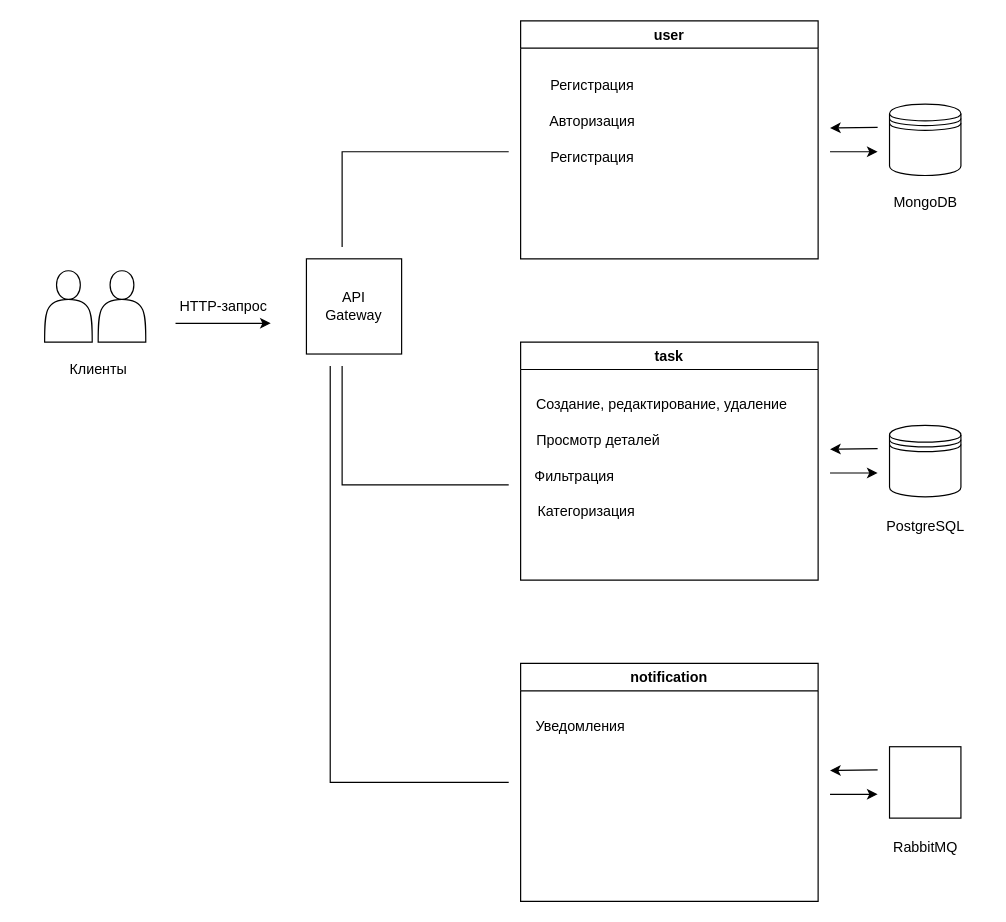
Above: specification.drawio in htmlacademy-nestjs/2101165-taskforce-4 (draw.io), before the change. Source tidied: cells renumbered, new cells numbered last; positions are measured from the earlier drawing's top-left corner, leaving out a move shared by most shapes. Both pictures are drawn from the tidied source at 119%, with x=0, y=0 at pixel (44, 20).
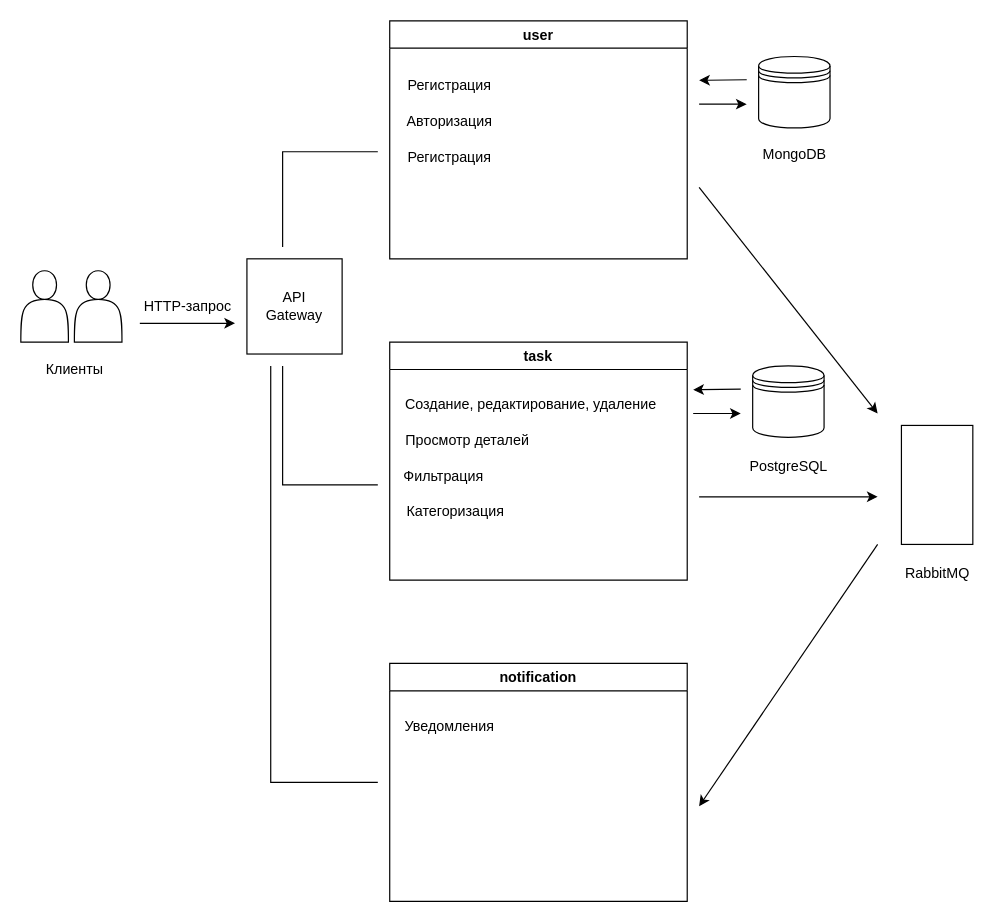
The same diagram, later.

Diff of the diagram source:
```diff
@@
     <mxCell id="2" style="shape=actor;whiteSpace=wrap;html=1;" parent="1" vertex="1">
-      <mxGeometry y="210" width="40" height="60" as="geometry" />
+      <mxGeometry x="-20" y="210" width="40" height="60" as="geometry" />
     </mxCell>
     <mxCell id="3" value="Клиенты" style="text;html=1;align=center;verticalAlign=middle;strokeColor=none;fillColor=none;" parent="1" vertex="1">
-      <mxGeometry x="10" y="278" width="70" height="30" as="geometry" />
+      <mxGeometry x="-10" y="278" width="70" height="30" as="geometry" />
     </mxCell>
     <mxCell id="4" style="shape=actor;whiteSpace=wrap;html=1;" parent="1" vertex="1">
-      <mxGeometry x="45" y="210" width="40" height="60" as="geometry" />
+      <mxGeometry x="25" y="210" width="40" height="60" as="geometry" />
     </mxCell>
     <mxCell id="5" style="endArrow=classic;html=1;rounded=0;" parent="1" edge="1">
       <mxGeometry relative="1" as="geometry">
-        <mxPoint x="110" y="254.2" as="sourcePoint" />
-        <mxPoint x="190" y="254.2" as="targetPoint" />
+        <mxPoint x="80" y="254.2" as="sourcePoint" />
+        <mxPoint x="160" y="254.2" as="targetPoint" />
       </mxGeometry>
     </mxCell>
     <mxCell id="6" value="HTTP-запрос" style="text;html=1;align=center;verticalAlign=middle;strokeColor=none;fillColor=none;" parent="1" vertex="1">
-      <mxGeometry x="100" y="224.8" width="100" height="30" as="geometry" />
+      <mxGeometry x="70" y="224.8" width="100" height="30" as="geometry" />
     </mxCell>
     <mxCell id="7" value="API &lt;br&gt;Gateway" style="whiteSpace=wrap;html=1;" parent="1" vertex="1">
-      <mxGeometry x="220" y="200" width="80" height="80" as="geometry" />
+      <mxGeometry x="170" y="200" width="80" height="80" as="geometry" />
     </mxCell>
     <mxCell id="8" value="user" style="swimlane;" parent="1" vertex="1">
-      <mxGeometry x="400" width="250" height="200" as="geometry" />
+      <mxGeometry x="290" width="250" height="200" as="geometry" />
     </mxCell>
     <mxCell id="9" value="Регистрация" style="text;html=1;align=center;verticalAlign=middle;strokeColor=none;fillColor=none;" parent="8" vertex="1">
-      <mxGeometry x="10" y="40" width="100" height="30" as="geometry" />
+      <mxGeometry y="40" width="100" height="30" as="geometry" />
     </mxCell>
     <mxCell id="10" value="Авторизация" style="text;html=1;align=center;verticalAlign=middle;strokeColor=none;fillColor=none;" parent="8" vertex="1">
-      <mxGeometry x="10" y="70" width="100" height="30" as="geometry" />
+      <mxGeometry y="70" width="100" height="30" as="geometry" />
     </mxCell>
     <mxCell id="11" value="Регистрация" style="text;html=1;align=center;verticalAlign=middle;strokeColor=none;fillColor=none;" parent="8" vertex="1">
-      <mxGeometry x="10" y="100" width="100" height="30" as="geometry" />
+      <mxGeometry y="100" width="100" height="30" as="geometry" />
     </mxCell>
     <mxCell id="12" value="task" style="swimlane;" parent="1" vertex="1">
-      <mxGeometry x="400" y="270" width="250" height="200" as="geometry" />
+      <mxGeometry x="290" y="270" width="250" height="200" as="geometry" />
     </mxCell>
@@
     <mxCell id="17" style="shape=datastore;whiteSpace=wrap;html=1;" parent="1" vertex="1">
-      <mxGeometry x="710" y="70" width="60" height="60" as="geometry" />
+      <mxGeometry x="600" y="30" width="60" height="60" as="geometry" />
     </mxCell>
     <mxCell id="18" style="endArrow=classic;html=1;rounded=0;" parent="1" edge="1">
       <mxGeometry relative="1" as="geometry">
-        <mxPoint x="700" y="89.5" as="sourcePoint" />
-        <mxPoint x="660" y="90" as="targetPoint" />
+        <mxPoint x="590" y="49.5" as="sourcePoint" />
+        <mxPoint x="550" y="50" as="targetPoint" />
       </mxGeometry>
     </mxCell>
     <mxCell id="19" style="endArrow=classic;html=1;rounded=0;" parent="1" edge="1">
       <mxGeometry relative="1" as="geometry">
-        <mxPoint x="660" y="110" as="sourcePoint" />
-        <mxPoint x="700" y="110" as="targetPoint" />
+        <mxPoint x="550" y="70" as="sourcePoint" />
+        <mxPoint x="590" y="70" as="targetPoint" />
       </mxGeometry>
     </mxCell>
     <mxCell id="20" value="MongoDB" style="text;html=1;align=center;verticalAlign=middle;strokeColor=none;fillColor=none;" parent="1" vertex="1">
-      <mxGeometry x="700" y="138" width="80" height="30" as="geometry" />
+      <mxGeometry x="590" y="98" width="80" height="30" as="geometry" />
     </mxCell>
     <mxCell id="21" style="shape=datastore;whiteSpace=wrap;html=1;" parent="1" vertex="1">
-      <mxGeometry x="710" y="340" width="60" height="60" as="geometry" />
+      <mxGeometry x="595" y="290" width="60" height="60" as="geometry" />
     </mxCell>
     <mxCell id="22" style="endArrow=classic;html=1;rounded=0;" parent="1" edge="1">
       <mxGeometry relative="1" as="geometry">
-        <mxPoint x="700" y="359.5" as="sourcePoint" />
-        <mxPoint x="660" y="360" as="targetPoint" />
+        <mxPoint x="585" y="309.5" as="sourcePoint" />
+        <mxPoint x="545" y="310" as="targetPoint" />
       </mxGeometry>
     </mxCell>
     <mxCell id="23" style="endArrow=classic;html=1;rounded=0;" parent="1" edge="1">
       <mxGeometry relative="1" as="geometry">
-        <mxPoint x="660" y="380" as="sourcePoint" />
-        <mxPoint x="700" y="380" as="targetPoint" />
+        <mxPoint x="545" y="330" as="sourcePoint" />
+        <mxPoint x="585" y="330" as="targetPoint" />
       </mxGeometry>
     </mxCell>
     <mxCell id="24" value="PostgreSQL" style="text;html=1;align=center;verticalAlign=middle;strokeColor=none;fillColor=none;" parent="1" vertex="1">
-      <mxGeometry x="695" y="410" width="90" height="30" as="geometry" />
+      <mxGeometry x="580" y="360" width="90" height="30" as="geometry" />
     </mxCell>
     <mxCell id="25" value="notification" style="swimlane;" parent="1" vertex="1">
-      <mxGeometry x="400" y="540" width="250" height="200" as="geometry" />
+      <mxGeometry x="290" y="540" width="250" height="200" as="geometry" />
     </mxCell>
@@
     <mxCell id="27" style="endArrow=none;html=1;rounded=0;" parent="1" edge="1">
       <mxGeometry relative="1" as="geometry">
-        <mxPoint x="250" y="190" as="sourcePoint" />
-        <mxPoint x="390" y="110" as="targetPoint" />
+        <mxPoint x="200" y="190" as="sourcePoint" />
+        <mxPoint x="280" y="110" as="targetPoint" />
         <Array as="points">
-          <mxPoint x="250" y="110" />
+          <mxPoint x="200" y="110" />
         </Array>
       </mxGeometry>
     </mxCell>
     <mxCell id="28" style="endArrow=none;html=1;rounded=0;" parent="1" edge="1">
       <mxGeometry relative="1" as="geometry">
-        <mxPoint x="250" y="290" as="sourcePoint" />
-        <mxPoint x="390" y="390" as="targetPoint" />
+        <mxPoint x="200" y="290" as="sourcePoint" />
+        <mxPoint x="280" y="390" as="targetPoint" />
         <Array as="points">
-          <mxPoint x="250" y="390" />
+          <mxPoint x="200" y="390" />
         </Array>
       </mxGeometry>
     </mxCell>
     <mxCell id="29" style="endArrow=none;html=1;rounded=0;" parent="1" edge="1">
       <mxGeometry relative="1" as="geometry">
-        <mxPoint x="240" y="290" as="sourcePoint" />
-        <mxPoint x="390" y="640" as="targetPoint" />
+        <mxPoint x="190" y="290" as="sourcePoint" />
+        <mxPoint x="280" y="640" as="targetPoint" />
         <Array as="points">
-          <mxPoint x="240" y="640" />
+          <mxPoint x="190" y="640" />
         </Array>
       </mxGeometry>
     </mxCell>
     <mxCell id="30" style="endArrow=classic;html=1;rounded=0;" parent="1" edge="1">
       <mxGeometry relative="1" as="geometry">
-        <mxPoint x="700" y="629.5" as="sourcePoint" />
-        <mxPoint x="660" y="630" as="targetPoint" />
+        <mxPoint x="700" y="440" as="sourcePoint" />
+        <mxPoint x="550" y="660" as="targetPoint" />
       </mxGeometry>
     </mxCell>
-    <mxCell id="31" style="endArrow=classic;html=1;rounded=0;" parent="1" edge="1">
-      <mxGeometry relative="1" as="geometry">
-        <mxPoint x="660" y="650" as="sourcePoint" />
-        <mxPoint x="700" y="650" as="targetPoint" />
-      </mxGeometry>
-    </mxCell>
     <mxCell id="32" value="RabbitMQ" style="text;html=1;align=center;verticalAlign=middle;strokeColor=none;fillColor=none;" parent="1" vertex="1">
-      <mxGeometry x="700" y="680" width="80" height="30" as="geometry" />
+      <mxGeometry x="710" y="450" width="80" height="30" as="geometry" />
     </mxCell>
     <mxCell id="33" style="rounded=0;whiteSpace=wrap;html=1;" parent="1" vertex="1">
-      <mxGeometry x="710" y="610" width="60" height="60" as="geometry" />
+      <mxGeometry x="720" y="340" width="60" height="100" as="geometry" />
     </mxCell>
+    <mxCell id="34" style="endArrow=classic;html=1;rounded=0;" parent="1" edge="1">
+      <mxGeometry relative="1" as="geometry">
+        <mxPoint x="550" y="140" as="sourcePoint" />
+        <mxPoint x="700" y="330" as="targetPoint" />
+      </mxGeometry>
+    </mxCell>
+    <mxCell id="35" style="endArrow=classic;html=1;rounded=0;" parent="1" edge="1">
+      <mxGeometry relative="1" as="geometry">
+        <mxPoint x="550" y="400" as="sourcePoint" />
+        <mxPoint x="700" y="400" as="targetPoint" />
+      </mxGeometry>
+    </mxCell>
```
